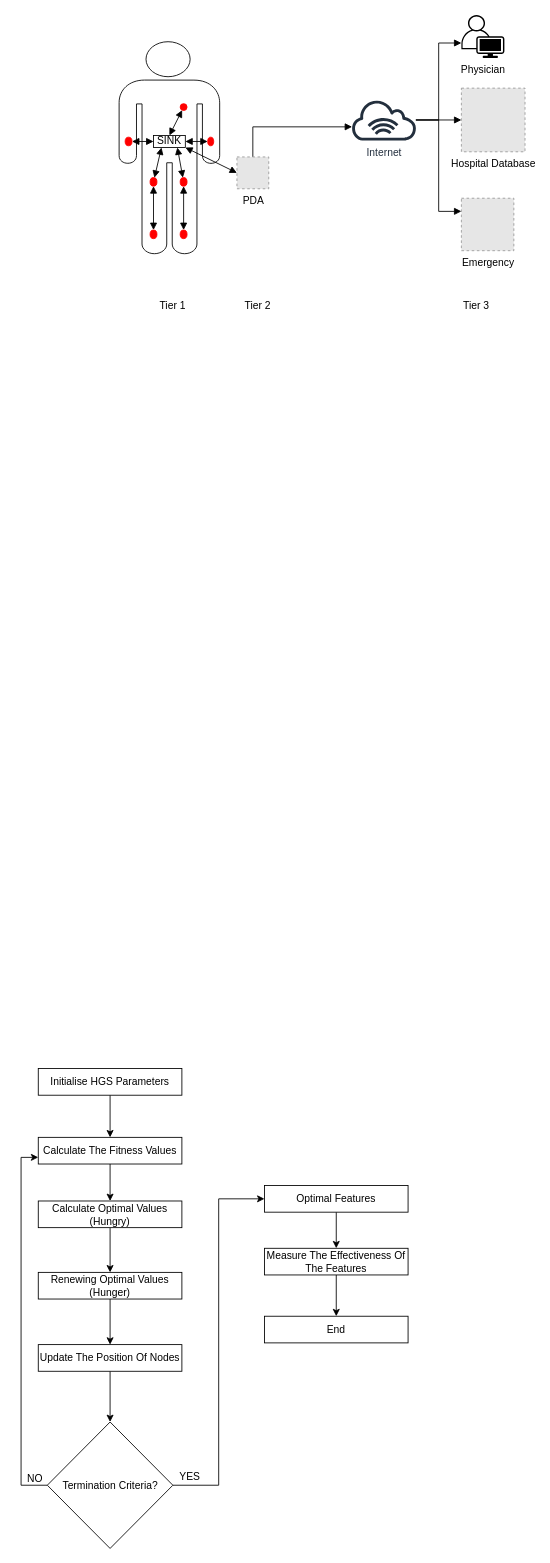
Earlier version of the draw.io diagram synopsis.drawio (filzahamjad/DataminingSynopsis_Figures). Source tidied: cells renumbered, new cells numbered last; positions are measured from the earlier drawing's top-left corner, leaving out a move shared by most shapes. Both pictures are drawn from the tidied source at 86%, with x=0, y=0 at pixel (19, 15). Pictures stored in the file or linked from it are replaced by grey dashed boxes.
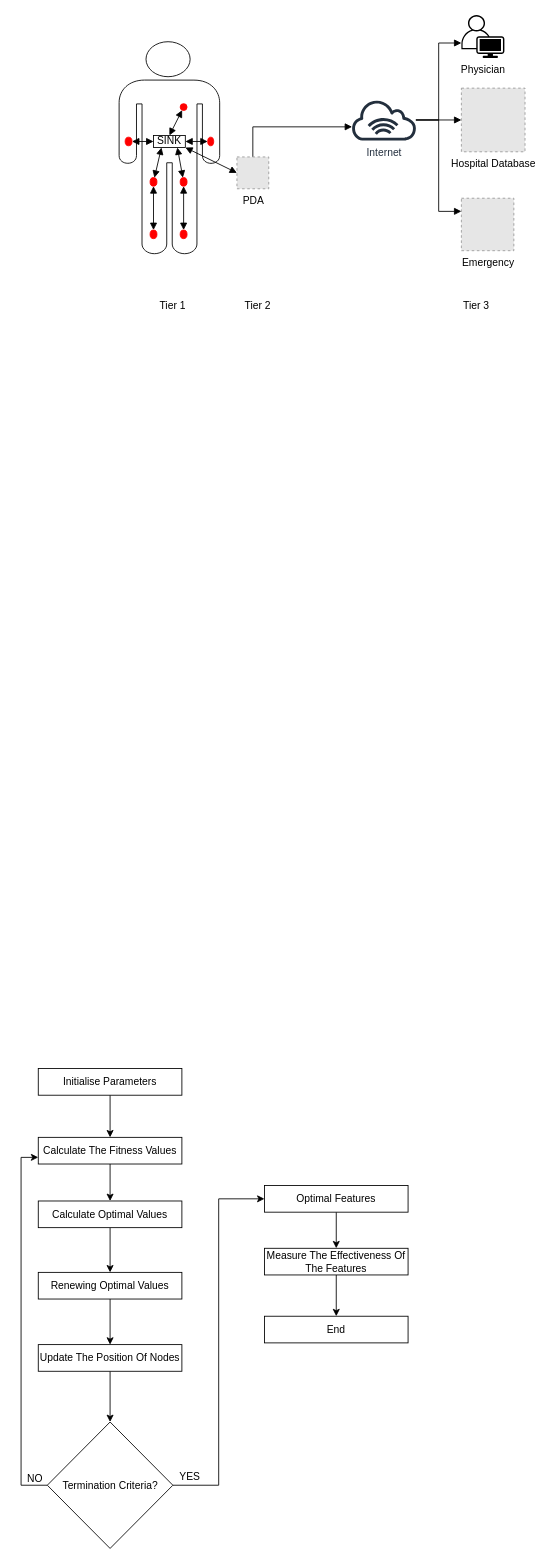
Above is the later version.

Change to the diagram source:
```diff
@@
-    <mxCell id="39" value="Renewing Optimal Values (Hunger)" style="rounded=0;whiteSpace=wrap;html=1;" parent="1" vertex="1">
+    <mxCell id="39" value="Renewing Optimal Values" style="rounded=0;whiteSpace=wrap;html=1;" parent="1" vertex="1">
       <mxGeometry x="22" y="1462" width="167" height="31" as="geometry" />
     </mxCell>
@@
-    <mxCell id="41" value="Calculate Optimal Values (Hungry)" style="rounded=0;whiteSpace=wrap;html=1;" parent="1" vertex="1">
+    <mxCell id="41" value="Calculate Optimal Values" style="rounded=0;whiteSpace=wrap;html=1;" parent="1" vertex="1">
       <mxGeometry x="22" y="1379" width="167" height="31" as="geometry" />
     </mxCell>
@@
-    <mxCell id="45" value="Initialise HGS Parameters" style="rounded=0;whiteSpace=wrap;html=1;" parent="1" vertex="1">
+    <mxCell id="45" value="Initialise Parameters" style="rounded=0;whiteSpace=wrap;html=1;" parent="1" vertex="1">
       <mxGeometry x="22" y="1225" width="167" height="31" as="geometry" />
     </mxCell>
```
